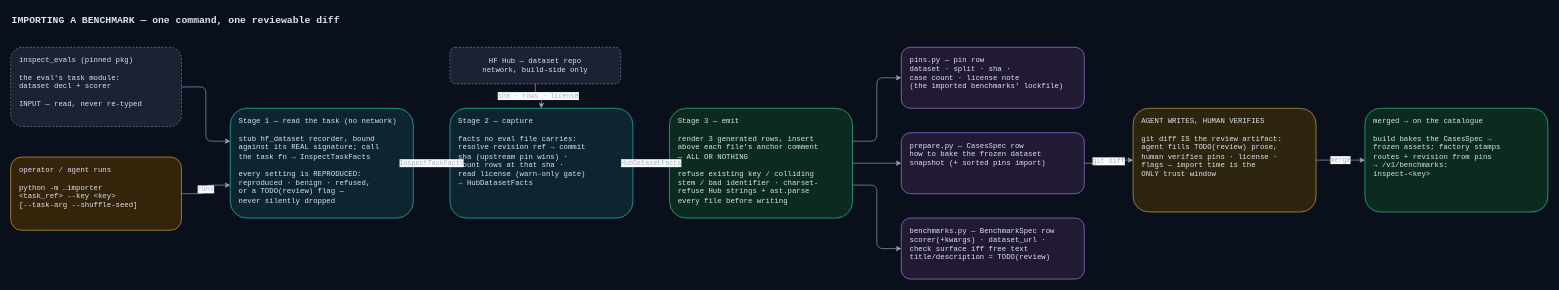
Before: apps/screamingface-engine/docs/diagrams/importer-pipeline.drawio in ScreamingFace/screamingface, a draw.io diagram. Source tidied: cells renumbered, new cells numbered last; positions are measured from the earlier drawing's top-left corner, leaving out a move shared by most shapes. Both pictures are drawn from the tidied source at 61%, with x=0, y=0 at pixel (10, 10).
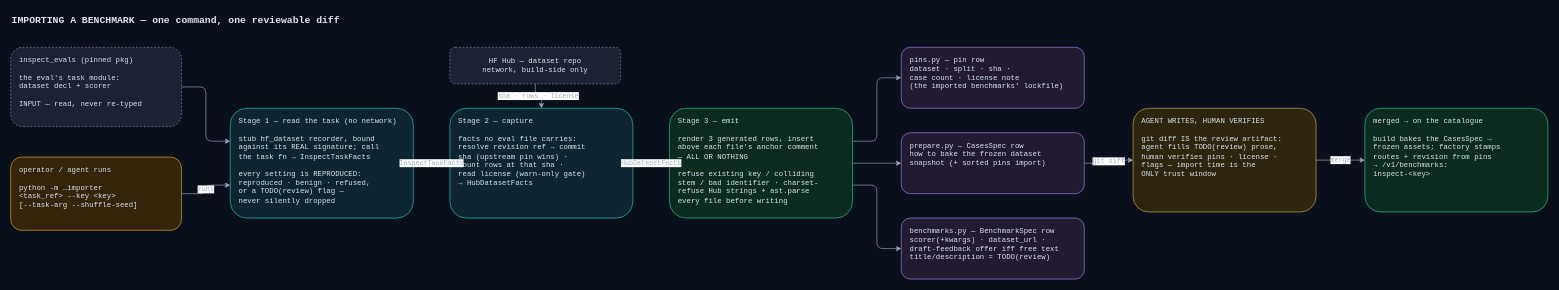
Above is the later version.

Change to the diagram source:
```diff
@@
-    <mxCell id="11" value="benchmarks.py — BenchmarkSpec row&#10;scorer(+kwargs) · dataset_url ·&#10;check surface iff free text&#10;title/description = TODO(review)" style="rounded=1;whiteSpace=wrap;html=1;fillColor=#221a33;strokeColor=#a78bfa;fontColor=#dbe4f0;fontFamily=Courier New;fontSize=12;align=left;spacingLeft=12;verticalAlign=top;spacingTop=8;" parent="1" vertex="1">
+    <mxCell id="11" value="benchmarks.py — BenchmarkSpec row&#10;scorer(+kwargs) · dataset_url ·&#10;draft-feedback offer iff free text&#10;title/description = TODO(review)" style="rounded=1;whiteSpace=wrap;html=1;fillColor=#221a33;strokeColor=#a78bfa;fontColor=#dbe4f0;fontFamily=Courier New;fontSize=12;align=left;spacingLeft=12;verticalAlign=top;spacingTop=8;" parent="1" vertex="1">
       <mxGeometry x="1460" y="340" width="300" height="100" as="geometry" />
     </mxCell>
```
